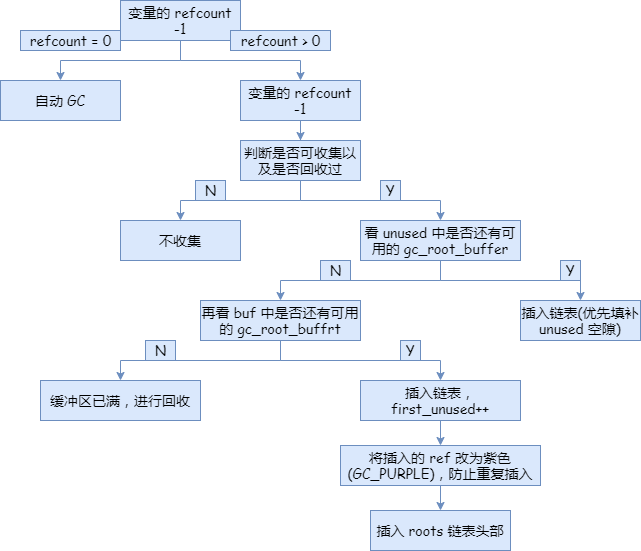
The draw.io diagram 垃圾收集过程.png in 350258655/image, before a commit. Source tidied: cells renumbered, new cells last; positions are measured from the earlier drawing's top-left corner, leaving out a move shared by most shapes.
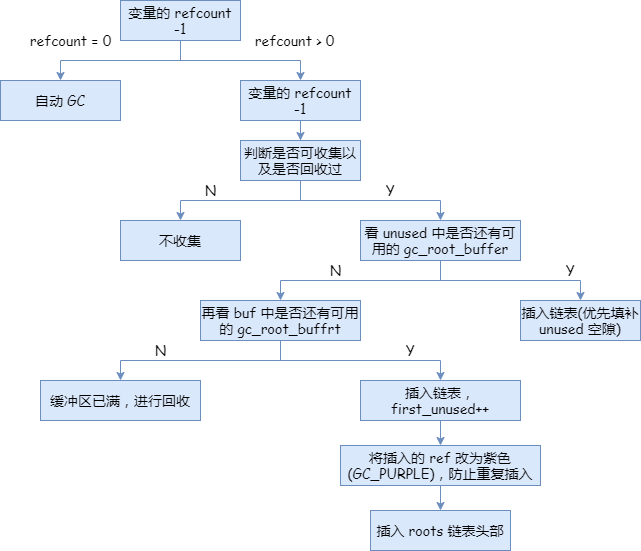
Above is the later version.

Commit message:
更新垃圾收集过程.png

Diff of the diagram source:
```diff
@@ -20,11 +20,11 @@
     <mxCell id="7" value="变量的 refcount -1" style="rounded=0;whiteSpace=wrap;html=1;fontFamily=Comic Sans MS;fontSize=14;fillColor=#dae8fc;strokeColor=#6c8ebf;" parent="1" vertex="1">
       <mxGeometry x="240" y="80" width="120" height="40" as="geometry" />
     </mxCell>
-    <mxCell id="8" value="refcount = 0" style="text;html=1;align=center;verticalAlign=middle;strokeColor=#6c8ebf;fontFamily=Comic Sans MS;fontSize=14;fillColor=#dae8fc;" parent="1" vertex="1">
+    <mxCell id="8" value="refcount = 0" style="text;html=1;align=center;verticalAlign=middle;fontFamily=Comic Sans MS;fontSize=14;" parent="1" vertex="1">
       <mxGeometry x="20" y="30" width="100" height="20" as="geometry" />
     </mxCell>
-    <mxCell id="9" value="refcount &amp;gt; 0" style="text;html=1;align=center;verticalAlign=middle;strokeColor=#6c8ebf;fontFamily=Comic Sans MS;fontSize=14;fillColor=#dae8fc;" parent="1" vertex="1">
-      <mxGeometry x="230" y="30" width="100" height="20" as="geometry" />
+    <mxCell id="9" value="refcount &amp;gt; 0" style="text;html=1;align=center;verticalAlign=middle;fontFamily=Comic Sans MS;fontSize=14;" parent="1" vertex="1">
+      <mxGeometry x="244" y="30" width="100" height="20" as="geometry" />
     </mxCell>
     <mxCell id="10" style="edgeStyle=orthogonalEdgeStyle;rounded=0;jettySize=auto;html=1;fontFamily=Comic Sans MS;fontSize=14;fillColor=#dae8fc;strokeColor=#6c8ebf;" parent="1" edge="1" source="12" target="15">
       <mxGeometry relative="1" as="geometry" />
@@ -44,13 +44,13 @@
     <mxCell id="15" value="看 unused 中是否还有可用的 gc_root_buffer" style="rounded=0;whiteSpace=wrap;html=1;fontFamily=Comic Sans MS;fontSize=14;fillColor=#dae8fc;strokeColor=#6c8ebf;" parent="1" vertex="1">
       <mxGeometry x="360" y="220" width="160" height="40" as="geometry" />
     </mxCell>
-    <mxCell id="16" value="Y" style="text;html=1;align=center;verticalAlign=middle;strokeColor=#6c8ebf;fontFamily=Comic Sans MS;fontSize=14;fillColor=#dae8fc;" parent="1" vertex="1">
+    <mxCell id="16" value="Y" style="text;html=1;align=center;verticalAlign=middle;fontFamily=Comic Sans MS;fontSize=14;" parent="1" vertex="1">
       <mxGeometry x="380" y="180" width="20" height="20" as="geometry" />
     </mxCell>
     <mxCell id="17" value="不收集" style="rounded=0;whiteSpace=wrap;html=1;fontFamily=Comic Sans MS;fontSize=14;fillColor=#dae8fc;strokeColor=#6c8ebf;" parent="1" vertex="1">
       <mxGeometry x="120" y="220" width="120" height="40" as="geometry" />
     </mxCell>
-    <mxCell id="18" value="N" style="text;html=1;align=center;verticalAlign=middle;strokeColor=#6c8ebf;fontFamily=Comic Sans MS;fontSize=14;fillColor=#dae8fc;" parent="1" vertex="1">
+    <mxCell id="18" value="N" style="text;html=1;align=center;verticalAlign=middle;fontFamily=Comic Sans MS;fontSize=14;" parent="1" vertex="1">
       <mxGeometry x="195" y="180" width="30" height="20" as="geometry" />
     </mxCell>
     <mxCell id="19" style="edgeStyle=orthogonalEdgeStyle;rounded=0;jettySize=auto;html=1;fontFamily=Comic Sans MS;fontSize=14;fillColor=#dae8fc;strokeColor=#6c8ebf;" parent="1" edge="1" source="21" target="25">
@@ -65,16 +65,16 @@
     <mxCell id="22" value="插入链表(优先填补 unused 空隙)" style="rounded=0;whiteSpace=wrap;html=1;fontFamily=Comic Sans MS;fontSize=14;fillColor=#dae8fc;strokeColor=#6c8ebf;" parent="1" vertex="1">
       <mxGeometry x="520" y="300" width="120" height="40" as="geometry" />
     </mxCell>
-    <mxCell id="23" value="N" style="text;html=1;align=center;verticalAlign=middle;strokeColor=#6c8ebf;fontSize=14;fontFamily=Comic Sans MS;fillColor=#dae8fc;" parent="1" vertex="1">
+    <mxCell id="23" value="N" style="text;html=1;align=center;verticalAlign=middle;fontSize=14;fontFamily=Comic Sans MS;" parent="1" vertex="1">
       <mxGeometry x="320" y="260" width="30" height="20" as="geometry" />
     </mxCell>
-    <mxCell id="24" value="Y" style="text;html=1;align=center;verticalAlign=middle;strokeColor=#6c8ebf;fontSize=14;fontFamily=Comic Sans MS;fillColor=#dae8fc;" parent="1" vertex="1">
+    <mxCell id="24" value="Y" style="text;html=1;align=center;verticalAlign=middle;fontSize=14;fontFamily=Comic Sans MS;" parent="1" vertex="1">
       <mxGeometry x="560" y="260" width="20" height="20" as="geometry" />
     </mxCell>
     <mxCell id="25" value="缓冲区已满，进行回收" style="rounded=0;whiteSpace=wrap;html=1;fontFamily=Comic Sans MS;fontSize=14;fillColor=#dae8fc;strokeColor=#6c8ebf;" parent="1" vertex="1">
       <mxGeometry x="40" y="380" width="160" height="40" as="geometry" />
     </mxCell>
-    <mxCell id="26" value="N" style="text;html=1;align=center;verticalAlign=middle;strokeColor=#6c8ebf;fontSize=14;fontFamily=Comic Sans MS;fillColor=#dae8fc;" parent="1" vertex="1">
+    <mxCell id="26" value="N" style="text;html=1;align=center;verticalAlign=middle;fontSize=14;fontFamily=Comic Sans MS;" parent="1" vertex="1">
       <mxGeometry x="145" y="340" width="30" height="20" as="geometry" />
     </mxCell>
     <mxCell id="27" style="edgeStyle=orthogonalEdgeStyle;rounded=0;jettySize=auto;html=1;fontFamily=Comic Sans MS;fontSize=14;fillColor=#dae8fc;strokeColor=#6c8ebf;" parent="1" edge="1" source="28" target="31">
@@ -83,7 +83,7 @@
     <mxCell id="28" value="插入链表，first_unused++" style="rounded=0;whiteSpace=wrap;html=1;fontFamily=Comic Sans MS;fontSize=14;fillColor=#dae8fc;strokeColor=#6c8ebf;" parent="1" vertex="1">
       <mxGeometry x="360" y="380" width="160" height="40" as="geometry" />
     </mxCell>
-    <mxCell id="29" value="Y" style="text;html=1;align=center;verticalAlign=middle;strokeColor=#6c8ebf;fontSize=14;fontFamily=Comic Sans MS;fillColor=#dae8fc;" parent="1" vertex="1">
+    <mxCell id="29" value="Y" style="text;html=1;align=center;verticalAlign=middle;fontSize=14;fontFamily=Comic Sans MS;" parent="1" vertex="1">
       <mxGeometry x="400" y="340" width="20" height="20" as="geometry" />
     </mxCell>
     <mxCell id="30" style="edgeStyle=orthogonalEdgeStyle;rounded=0;jettySize=auto;html=1;fontFamily=Comic Sans MS;fontSize=14;fillColor=#dae8fc;strokeColor=#6c8ebf;" parent="1" edge="1" source="31" target="32">
```
